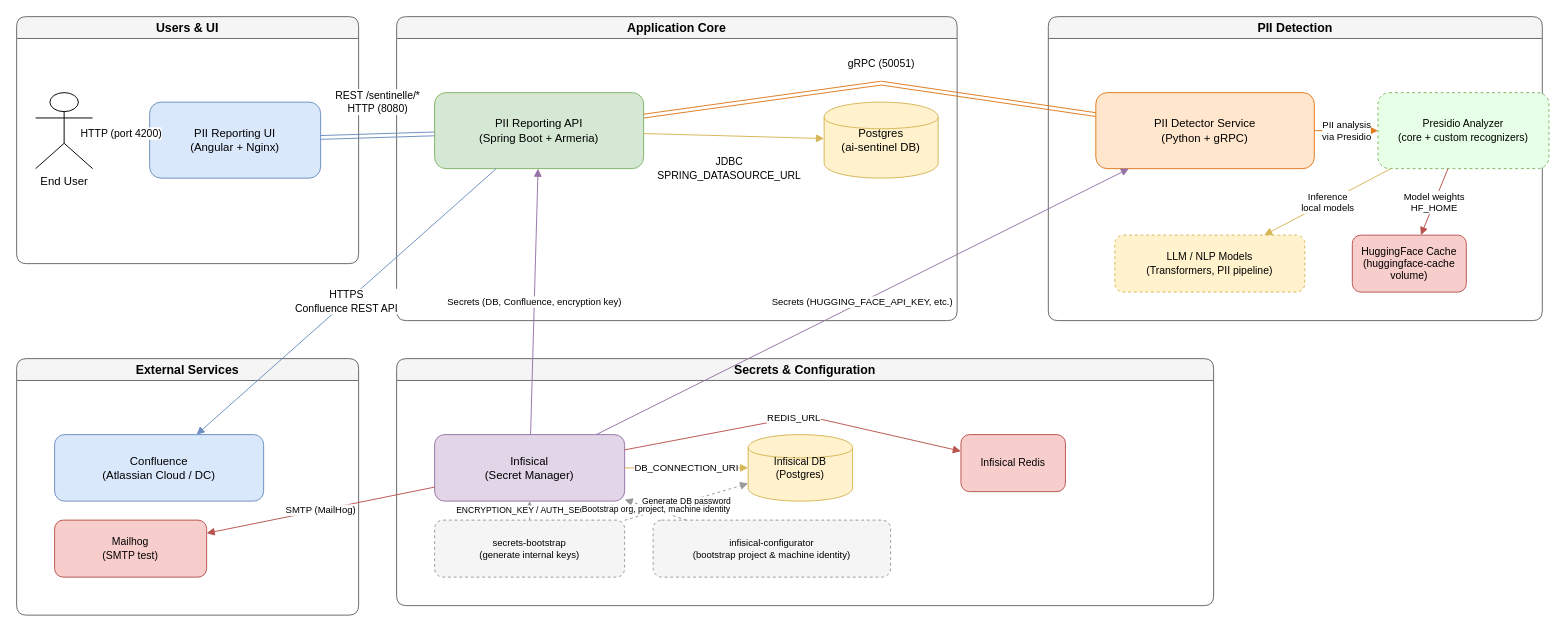
Earlier version of the draw.io diagram docs/ai-sentinel-components.drawio (Softcom-Technologies-Organization/ai-sentinel). Source tidied: cells renumbered, new cells numbered last; positions are measured from the earlier drawing's top-left corner, leaving out a move shared by most shapes. Both pictures are drawn from the tidied source at 95%, with x=0, y=0 at pixel (16, 16).
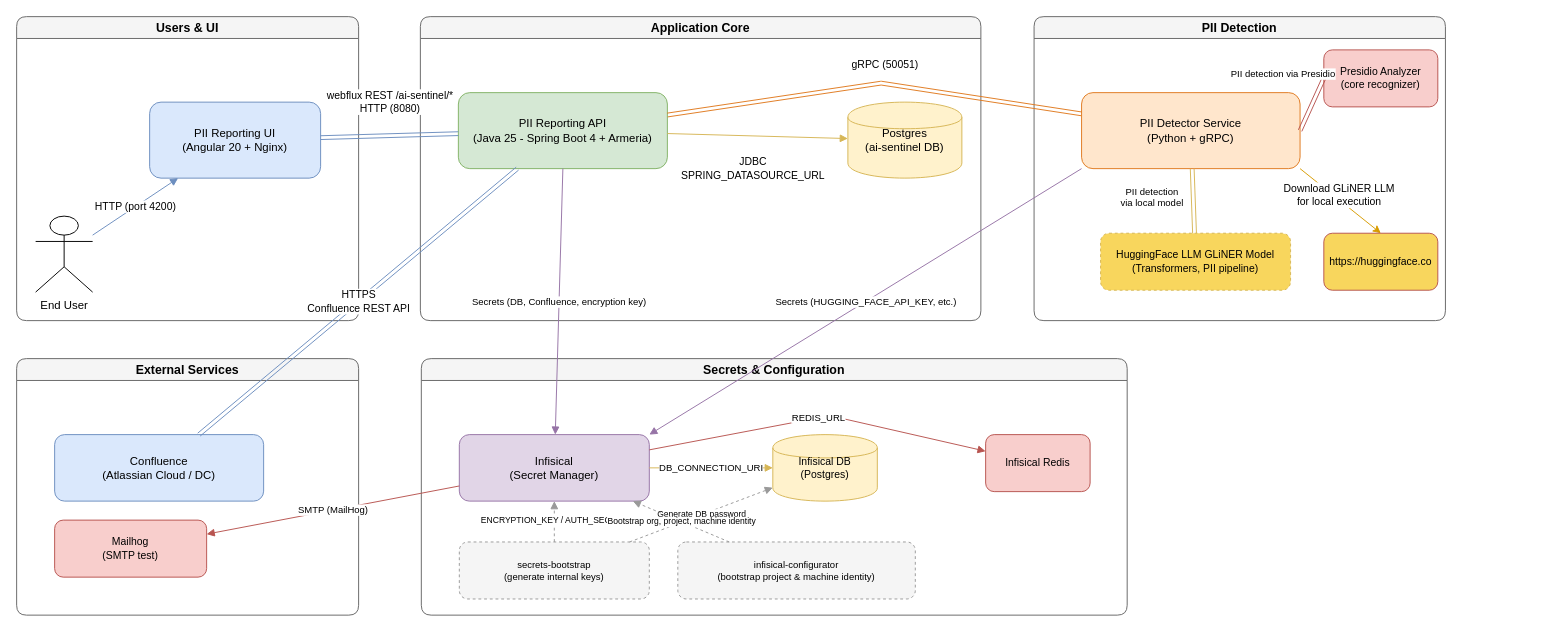
Above is the later version.

Commit message (it also covers changes not shown here):
docs: add instructions to download docker-compose file and new screenshot

Unchanged cells that the change refers to:
```xml
<mxCell id="12" value="PII Detector Service&#10;(Python + gRPC)" style="shape=rectangle;rounded=1;whiteSpace=wrap;html=1;fillColor=#ffe6cc;strokeColor=#e07a1f;fontSize=12;" parent="11" vertex="1">
  <mxGeometry x="50" y="80" width="230" height="80" as="geometry" />
</mxCell>
<mxCell id="21" value="Infisical&#10;(Secret Manager)" style="shape=rectangle;rounded=1;whiteSpace=wrap;html=1;fillColor=#e1d5e7;strokeColor=#9673a6;fontSize=12;" parent="20" vertex="1">
  <mxGeometry x="40" y="80" width="200" height="70" as="geometry" />
</mxCell>
<mxCell id="32" value="Confluence&#10;(Atlassian Cloud / DC)" style="shape=rectangle;rounded=1;whiteSpace=wrap;html=1;fillColor=#dae8fc;strokeColor=#6c8ebf;fontSize=12;" parent="31" vertex="1">
  <mxGeometry x="40" y="80" width="220" height="70" as="geometry" />
</mxCell>
```

Change to the diagram source:
```diff
@@
     <mxCell id="2" value="Users &amp; UI" style="swimlane;rounded=1;fillColor=#f5f5f5;strokeColor=#666666;fontStyle=1;fontSize=13;" parent="1" vertex="1">
-      <mxGeometry width="360" height="260" as="geometry" />
+      <mxGeometry width="360" height="320" as="geometry" />
     </mxCell>
     <mxCell id="3" value="End User" style="shape=umlActor;verticalLabelPosition=bottom;verticalAlign=top;html=1;fontSize=12;" parent="2" vertex="1">
-      <mxGeometry x="20" y="80" width="60" height="80" as="geometry" />
+      <mxGeometry x="20" y="210" width="60" height="80" as="geometry" />
     </mxCell>
-    <mxCell id="4" value="PII Reporting UI&#10;(Angular + Nginx)" style="shape=rectangle;rounded=1;whiteSpace=wrap;html=1;fillColor=#dae8fc;strokeColor=#6c8ebf;fontSize=12;" parent="2" vertex="1">
+    <mxCell id="4" value="PII Reporting UI&lt;br&gt;(Angular 20 + Nginx)" style="shape=rectangle;rounded=1;whiteSpace=wrap;html=1;fillColor=#dae8fc;strokeColor=#6c8ebf;fontSize=12;" parent="2" vertex="1">
       <mxGeometry x="140" y="90" width="180" height="80" as="geometry" />
     </mxCell>
@@
     <mxCell id="6" value="Application Core" style="swimlane;rounded=1;fillColor=#f5f5f5;strokeColor=#666666;fontStyle=1;fontSize=13;" parent="1" vertex="1">
-      <mxGeometry x="400" width="590" height="320" as="geometry" />
+      <mxGeometry x="425" width="590" height="320" as="geometry" />
     </mxCell>
-    <mxCell id="7" value="PII Reporting API&#10;(Spring Boot + Armeria)" style="shape=rectangle;rounded=1;whiteSpace=wrap;html=1;fillColor=#d5e8d4;strokeColor=#82b366;fontSize=12;" parent="6" vertex="1">
+    <mxCell id="7" value="PII Reporting API&lt;br&gt;(Java 25 - Spring Boot 4 + Armeria)" style="shape=rectangle;rounded=1;whiteSpace=wrap;html=1;fillColor=#d5e8d4;strokeColor=#82b366;fontSize=12;" parent="6" vertex="1">
       <mxGeometry x="40" y="80" width="220" height="80" as="geometry" />
     </mxCell>
@@
-    <mxCell id="10" value="REST /sentinelle/*&#10;HTTP (8080)" style="endArrow=block;html=1;strokeColor=#6c8ebf;fontSize=11;shape=link;flowAnimation=1;" parent="1" edge="1" source="4" target="7">
+    <mxCell id="10" value="webflux REST /ai-sentinel/*&lt;br&gt;HTTP (8080)" style="endArrow=block;html=1;strokeColor=#6c8ebf;fontSize=11;shape=link;flowAnimation=1;" parent="1" edge="1" source="4" target="7">
       <mxGeometry x="0.02" y="35" relative="1" as="geometry" />
     </mxCell>
     <mxCell id="11" value="PII Detection" style="swimlane;rounded=1;fillColor=#f5f5f5;strokeColor=#666666;fontStyle=1;fontSize=13;" parent="1" vertex="1">
-      <mxGeometry x="1086" width="520" height="320" as="geometry" />
+      <mxGeometry x="1071" width="433" height="320" as="geometry" />
     </mxCell>
+    <mxCell id="38" style="rounded=0;jettySize=auto;html=1;exitX=1;exitY=1;exitDx=0;exitDy=0;entryX=0.5;entryY=0;entryDx=0;entryDy=0;fillColor=#ffe6cc;strokeColor=#d79b00;" parent="11" edge="1" source="12" target="40">
+      <mxGeometry relative="1" as="geometry" />
+    </mxCell>
+    <mxCell id="39" value="Download GLiNER LLM &lt;br&gt;for local execution" style="edgeLabel;html=1;align=center;verticalAlign=middle;" parent="38" vertex="1">
+      <mxGeometry x="-0.44" relative="1" as="geometry">
+        <mxPoint x="17" y="9" as="offset" />
+      </mxGeometry>
+    </mxCell>
@@
-    <mxCell id="13" value="Presidio Analyzer&#10;(core + custom recognizers)" style="shape=rectangle;rounded=1;dashed=1;whiteSpace=wrap;html=1;fillColor=#e6ffe6;strokeColor=#82b366;fontSize=11;" parent="11" vertex="1">
-      <mxGeometry x="347" y="80" width="180" height="80" as="geometry" />
-    </mxCell>
-    <mxCell id="14" value="LLM / NLP Models&#10;(Transformers, PII pipeline)" style="shape=rectangle;rounded=1;dashed=1;whiteSpace=wrap;html=1;fillColor=#fff2cc;strokeColor=#d6b656;fontSize=11;" parent="11" vertex="1">
-      <mxGeometry x="70" y="230" width="200" height="60" as="geometry" />
+    <mxCell id="14" value="HuggingFace LLM GLiNER Model&lt;br&gt;(Transformers, PII pipeline)" style="shape=rectangle;rounded=1;dashed=1;whiteSpace=wrap;html=1;fillColor=#F8D65D;strokeColor=#d6b656;fontSize=11;" parent="11" vertex="1">
+      <mxGeometry x="70" y="228" width="200" height="60" as="geometry" />
     </mxCell>
-    <mxCell id="15" value="HuggingFace Cache&#10;(huggingface-cache volume)" style="shape=rectangle;rounded=1;whiteSpace=wrap;html=1;fillColor=#f8cecc;strokeColor=#b85450;fontSize=11;" parent="11" vertex="1">
-      <mxGeometry x="320" y="230" width="120" height="60" as="geometry" />
+    <mxCell id="15" value="Presidio Analyzer&lt;br&gt;(core recognizer)" style="shape=rectangle;rounded=1;whiteSpace=wrap;html=1;fillColor=#f8cecc;strokeColor=#b85450;fontSize=11;" parent="11" vertex="1">
+      <mxGeometry x="305" y="35" width="120" height="60" as="geometry" />
     </mxCell>
-    <mxCell id="16" value="Inference&#10;local models" style="endArrow=block;html=1;strokeColor=#d6b656;fontSize=10;flowAnimation=1;" parent="11" edge="1" source="13" target="14">
-      <mxGeometry relative="1" as="geometry" />
+    <mxCell id="16" value="PII detection &lt;br&gt;via local model" style="endArrow=block;html=1;strokeColor=#d6b656;fontSize=10;flowAnimation=1;shape=link;" parent="11" edge="1" source="12" target="14">
+      <mxGeometry x="-0.19" y="-43" relative="1" as="geometry" />
     </mxCell>
-    <mxCell id="17" value="Model weights&#10;HF_HOME" style="endArrow=block;html=1;strokeColor=#b85450;fontSize=10;" parent="11" edge="1" source="13" target="15">
-      <mxGeometry relative="1" as="geometry" />
+    <mxCell id="17" value="PII detection via Presidio" style="endArrow=block;html=1;strokeColor=#b85450;fontSize=10;flowAnimation=1;shape=link;entryX=0;entryY=0.5;entryDx=0;entryDy=0;exitX=1;exitY=0.5;exitDx=0;exitDy=0;" parent="11" edge="1" source="12" target="15">
+      <mxGeometry x="0.55" y="41" relative="1" as="geometry" />
     </mxCell>
-    <mxCell id="18" value="PII analysis&#10;via Presidio" style="endArrow=block;html=1;strokeColor=#e07a1f;fontSize=10;" parent="11" edge="1" source="12" target="13">
-      <mxGeometry relative="1" as="geometry" />
-    </mxCell>
+    <mxCell id="40" value="https://huggingface.co" style="shape=rectangle;rounded=1;whiteSpace=wrap;html=1;fillColor=#F8D65D;strokeColor=#b85450;fontSize=11;" parent="11" vertex="1">
+      <mxGeometry x="305" y="228" width="120" height="60" as="geometry" />
+    </mxCell>
@@
     <mxCell id="20" value="Secrets &amp; Configuration" style="swimlane;rounded=1;fillColor=#f5f5f5;strokeColor=#666666;fontStyle=1;fontSize=13;" parent="1" vertex="1">
-      <mxGeometry x="400" y="360" width="860" height="260" as="geometry" />
+      <mxGeometry x="426" y="360" width="743" height="270" as="geometry" />
     </mxCell>
@@
     <mxCell id="24" value="secrets-bootstrap&#10;(generate internal keys)" style="shape=rectangle;rounded=1;dashed=1;whiteSpace=wrap;html=1;fillColor=#f5f5f5;strokeColor=#999999;fontSize=10;" parent="20" vertex="1">
-      <mxGeometry x="40" y="170" width="200" height="60" as="geometry" />
+      <mxGeometry x="40" y="193" width="200" height="60" as="geometry" />
     </mxCell>
     <mxCell id="25" value="infisical-configurator&#10;(bootstrap project &amp; machine identity)" style="shape=rectangle;rounded=1;dashed=1;whiteSpace=wrap;html=1;fillColor=#f5f5f5;strokeColor=#999999;fontSize=10;" parent="20" vertex="1">
-      <mxGeometry x="270" y="170" width="250" height="60" as="geometry" />
+      <mxGeometry x="270" y="193" width="250" height="60" as="geometry" />
     </mxCell>
@@
-    <mxCell id="34" value="HTTPS&#10;Confluence REST API" style="endArrow=block;html=1;strokeColor=#6c8ebf;fontSize=11;flowAnimation=1;" parent="1" edge="1" source="7" target="32">
+    <mxCell id="34" value="HTTPS&#10;Confluence REST API" style="endArrow=block;html=1;strokeColor=#6c8ebf;fontSize=11;flowAnimation=1;shape=link;" parent="1" edge="1" source="7" target="32">
       <mxGeometry relative="1" as="geometry" />
     </mxCell>
@@
+    <mxCell id="37" value="Secrets (HUGGING_FACE_API_KEY, etc.)" style="endArrow=block;html=1;strokeColor=#9673a6;fontSize=10;exitX=0;exitY=1;exitDx=0;exitDy=0;entryX=1;entryY=0;entryDx=0;entryDy=0;" parent="1" edge="1" source="12" target="21">
+      <mxGeometry relative="1" as="geometry" />
+    </mxCell>
-    <mxCell id="36" value="Secrets (DB, Confluence, encryption key)" style="endArrow=block;html=1;strokeColor=#9673a6;fontSize=10;" parent="1" edge="1" source="21" target="7">
+    <mxCell id="36" value="Secrets (DB, Confluence, encryption key)" style="endArrow=block;html=1;strokeColor=#9673a6;fontSize=10;exitX=0.5;exitY=1;exitDx=0;exitDy=0;" parent="1" edge="1" source="7" target="21">
       <mxGeometry relative="1" as="geometry" />
     </mxCell>
-    <mxCell id="37" value="Secrets (HUGGING_FACE_API_KEY, etc.)" style="endArrow=block;html=1;strokeColor=#9673a6;fontSize=10;" parent="1" edge="1" source="21" target="12">
-      <mxGeometry relative="1" as="geometry" />
-    </mxCell>
```
